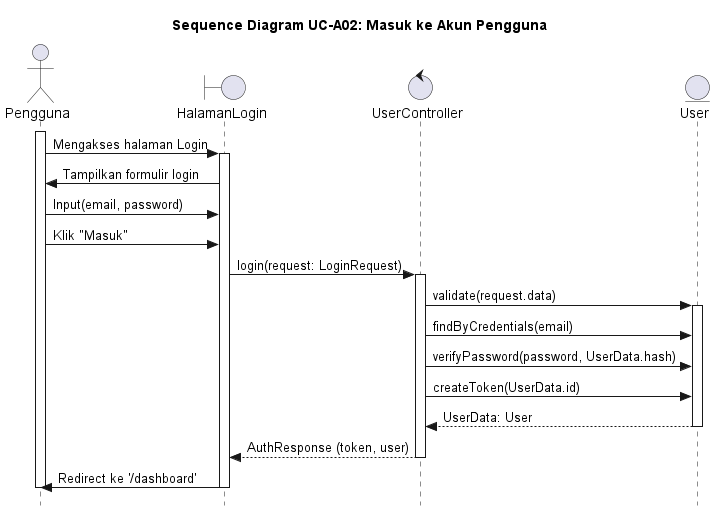
Above: out/UC-A02/SD-UC-A02_Login.png in alfiahnurfa/RSI-PROYEK-AKHIR-SEQUENCE (PlantUML), before the change.
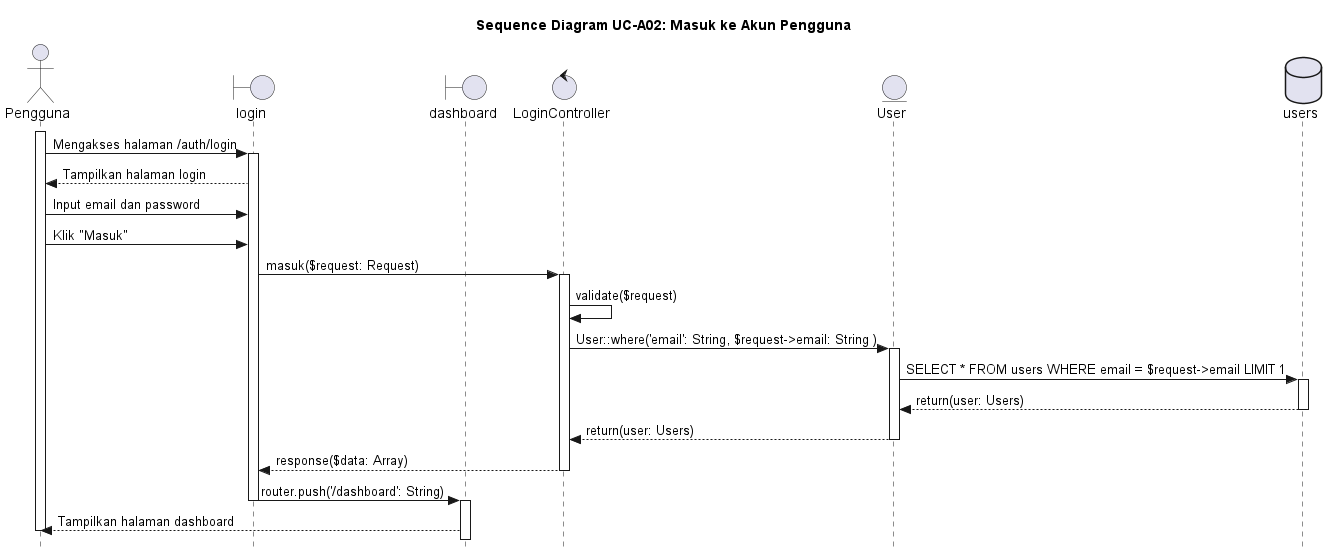
The same file after the commit.

The edit, as a diff of the source:
```diff
@@ -3,42 +3,46 @@
 skinparam style strictuml
 
 actor Pengguna
-boundary HalamanLogin
-control UserController
+boundary login
+boundary dashboard
+control LoginController
 entity User
+database users
 
 activate Pengguna
-Pengguna -> HalamanLogin : Mengakses halaman Login
-activate HalamanLogin
+Pengguna -> login : Mengakses halaman /auth/login
+activate login
 
-HalamanLogin -> Pengguna : Tampilkan formulir login
+login --> Pengguna : Tampilkan halaman login
 
-Pengguna -> HalamanLogin : Input(email, password)
+Pengguna -> login : Input email dan password
 
-Pengguna -> HalamanLogin : Klik "Masuk"
+Pengguna -> login : Klik "Masuk"
 
-HalamanLogin -> UserController : login(request: LoginRequest)
-activate UserController
+login -> LoginController : masuk($request: Request)
+activate LoginController
 
-UserController -> User : validate(request.data)
+LoginController -> LoginController : validate($request)
+
+LoginController -> User : User::where('email': String, $request->email: String )
 activate User
 
-UserController -> User : findByCredentials(email)
+User -> users : SELECT * FROM users WHERE email = $request->email LIMIT 1
+activate users
 
+users --> User : return(user: Users)
+deactivate users
 
-UserController -> User : verifyPassword(password, UserData.hash)
-
-UserController -> User : createToken(UserData.id)
-
-User --> UserController : UserData: User
-
+User --> LoginController : return(user: Users)
 deactivate User
 
-UserController --> HalamanLogin : AuthResponse (token, user)
-deactivate UserController
+LoginController --> login : response($data: Array)
+deactivate LoginController
 
-HalamanLogin -> Pengguna : Redirect ke '/dashboard'
-deactivate HalamanLogin
+login -> dashboard : router.push('/dashboard': String)
+deactivate login
+activate dashboard
+dashboard --> Pengguna : Tampilkan halaman dashboard
 deactivate Pengguna
 
 @enduml
```
